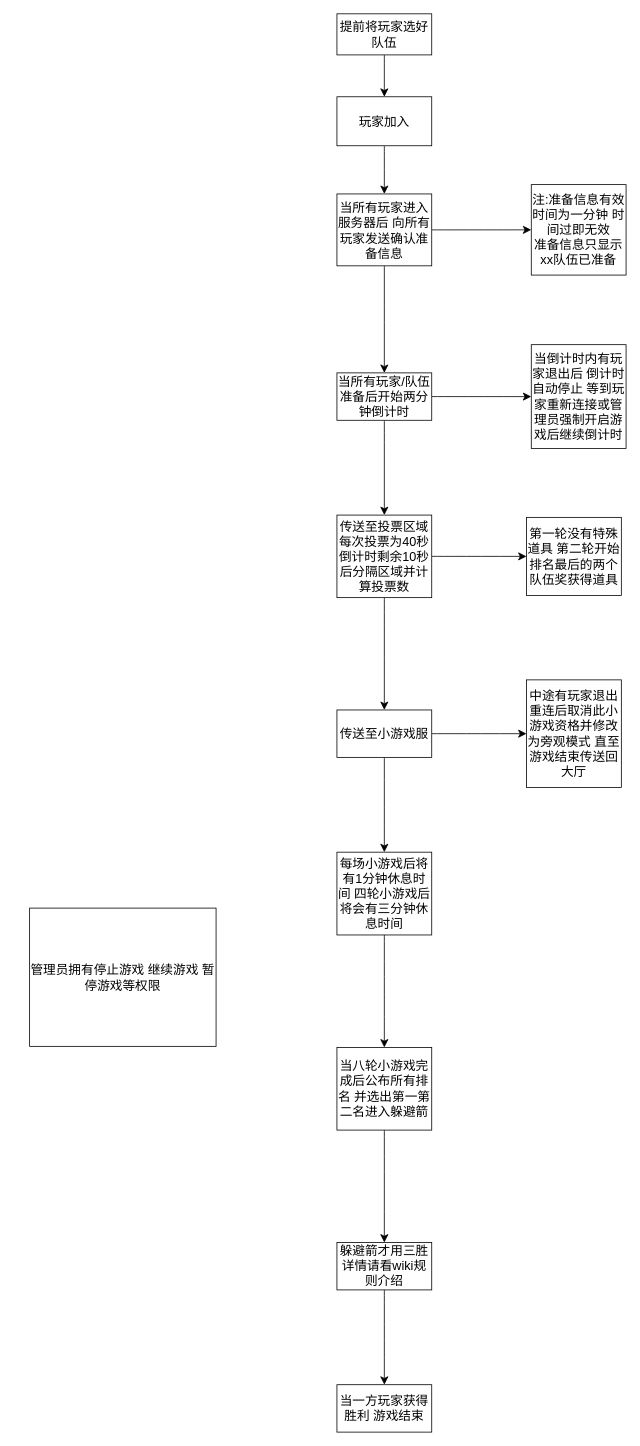
nothing-championship/what-it-this keeps this draw.io diagram as 主要逻辑.drawio. Above is the earlier version. Source tidied: cells renumbered, new cells numbered last; positions are measured from the earlier drawing's top-left corner, leaving out a move shared by most shapes. Both pictures are drawn from the tidied source at 79%, with x=0, y=0 at pixel (29, 13).
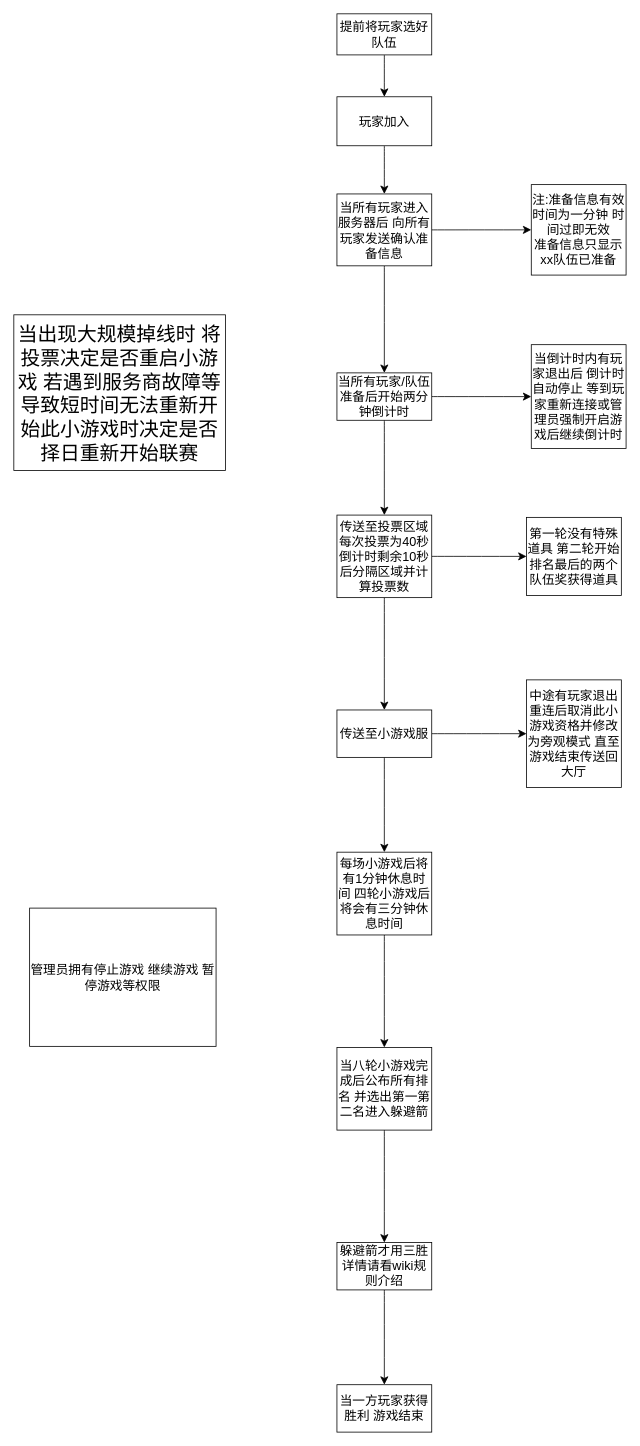
The same diagram, later.

Commit message:
更新主要逻辑.drawio

Diff of the diagram source:
```diff
@@
+    <mxCell id="30" value="当出现大规模掉线时 将投票决定是否重启小游戏 若遇到服务商故障等导致短时间无法重新开始此小游戏时决定是否择日重新开始联赛" style="whiteSpace=wrap;html=1;fontSize=25;" parent="1" vertex="1">
+      <mxGeometry x="-20" y="381" width="268" height="197" as="geometry" />
+    </mxCell>
```
